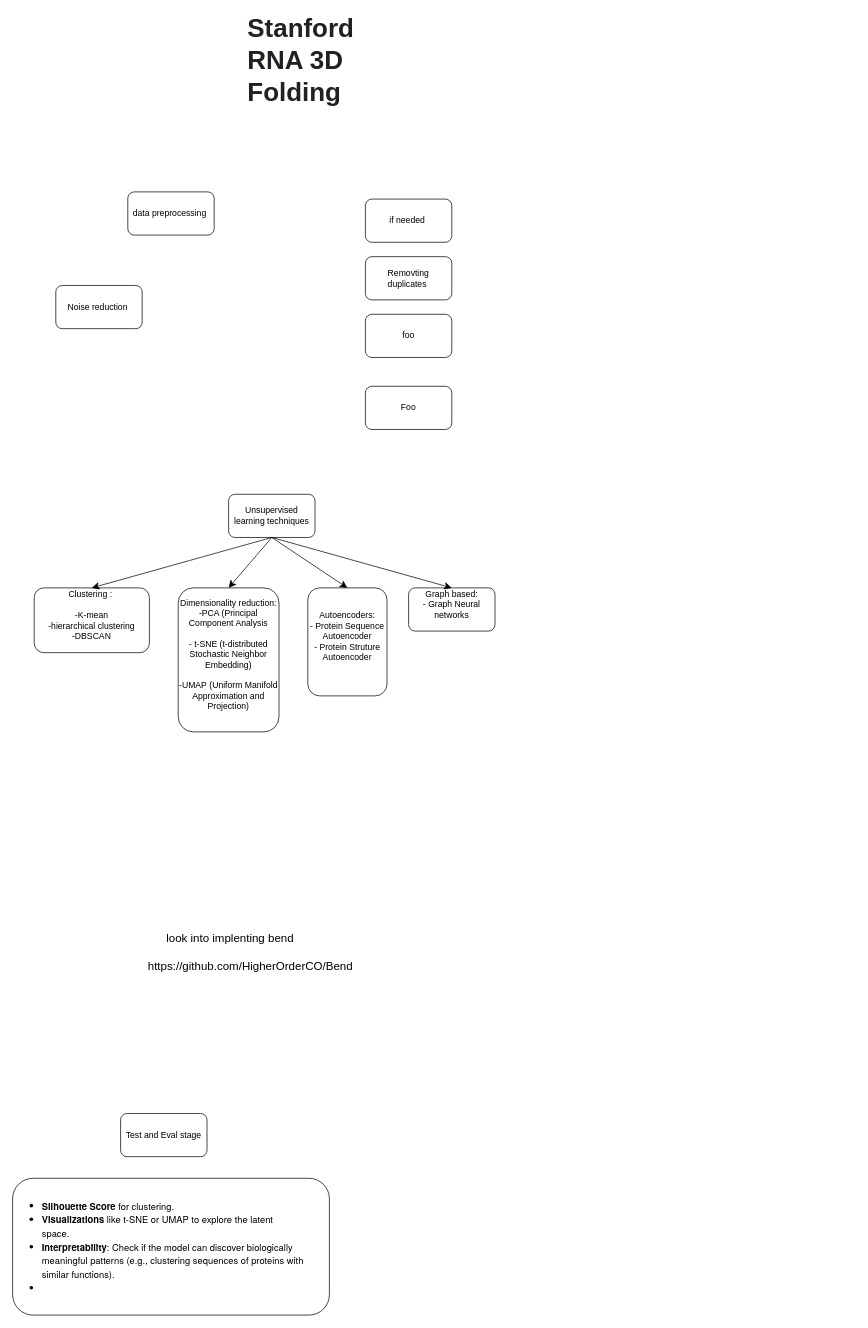
This is competition_flowchart.drawio from spinxog/RNA3DNet, a draw.io file, before an edit. Source tidied: cells renumbered, new cells numbered last; positions are measured from the earlier drawing's top-left corner, leaving out a move shared by most shapes. Both pictures are drawn from the tidied source at 72%, with x=0, y=0 at pixel (12, 40).
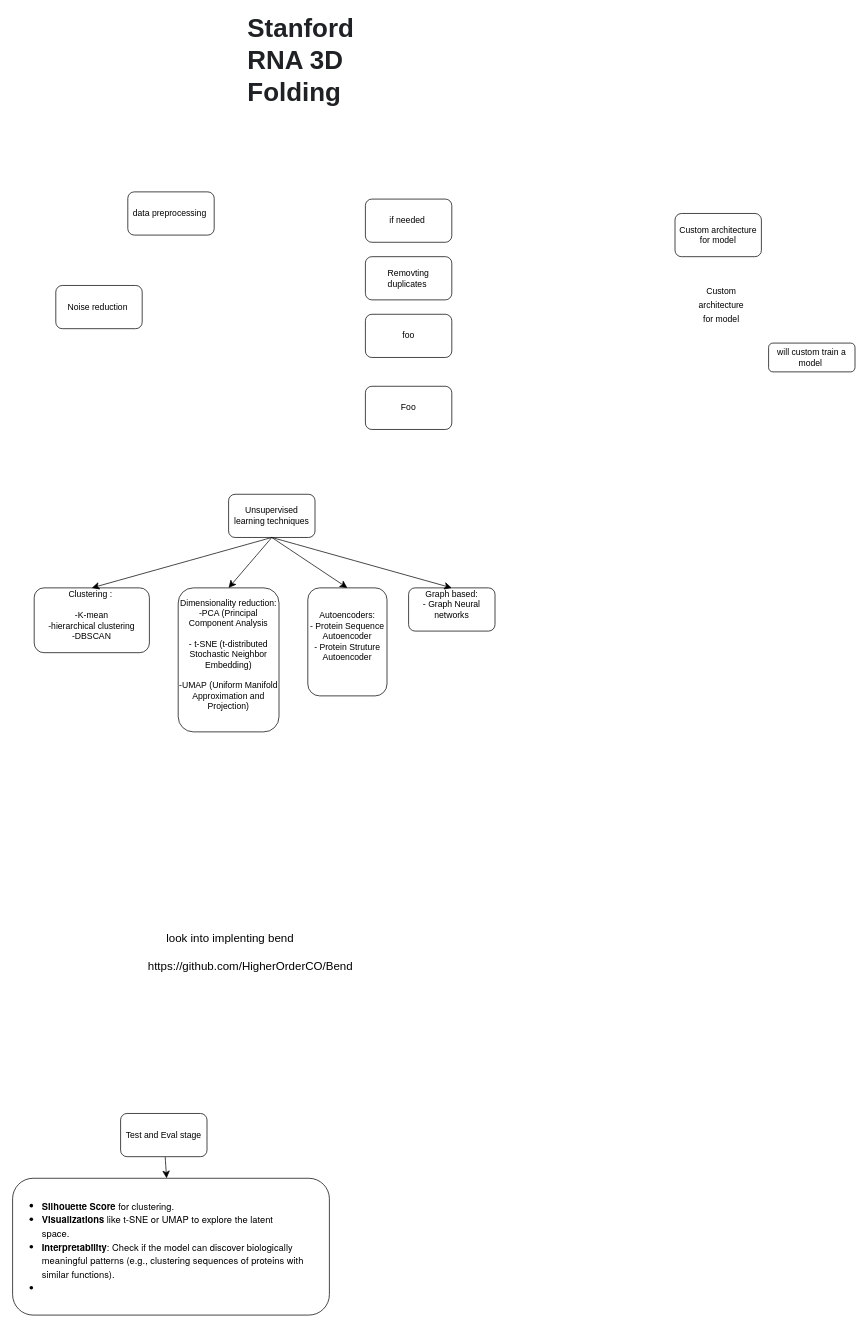
The same page after the edit.

The change refers to these unchanged cells:
```xml
<mxCell id="17" value="Test and Eval stage" style="rounded=1;whiteSpace=wrap;html=1;" parent="1" vertex="1">
  <mxGeometry x="150" y="1490" width="120" height="60" as="geometry" />
</mxCell>
<mxCell id="18" value="&lt;ul style=&quot;font-size: medium; text-align: start;&quot; class=&quot;ul1&quot;&gt;&lt;li style=&quot;margin: 0px; font-variant-numeric: normal; font-variant-east-asian: normal; font-variant-alternates: normal; font-size-adjust: none; font-kerning: auto; font-optical-sizing: auto; font-feature-settings: normal; font-variation-settings: normal; font-variant-position: normal; font-variant-emoji: normal; font-stretch: normal; font-size: 13px; line-height: normal; font-family: &amp;quot;Helvetica Neue&amp;quot;;&quot; class=&quot;li1&quot;&gt;&lt;span style=&quot;font-variant-numeric: normal; font-variant-east-asian: normal; font-variant-alternates: normal; font-size-adjust: none; font-kerning: auto; font-optical-sizing: auto; font-feature-settings: normal; font-variation-settings: normal; font-variant-position: normal; font-variant-emoji: normal; font-stretch: normal; font-size: 9px; line-height: normal; font-family: Menlo;&quot; class=&quot;s1&quot;&gt;&lt;/span&gt;&lt;b&gt;Silhouette Score&lt;/b&gt; for clustering.&lt;/li&gt;&lt;li style=&quot;margin: 0px; font-variant-numeric: normal; font-variant-east-asian: normal; font-variant-alternates: normal; font-size-adjust: none; font-kerning: auto; font-optical-sizing: auto; font-feature-settings: normal; font-variation-settings: normal; font-variant-position: normal; font-variant-emoji: normal; font-stretch: normal; font-size: 13px; line-height: normal; font-family: &amp;quot;Helvetica Neue&amp;quot;;&quot; class=&quot;li1&quot;&gt;&lt;span style=&quot;font-variant-numeric: normal; font-variant-east-asian: normal; font-variant-alternates: normal; font-size-adjust: none; font-kerning: auto; font-optical-sizing: auto; font-feature-settings: normal; font-variation-settings: normal; font-variant-position: normal; font-variant-emoji: normal; font-stretch: normal; font-size: 9px; line-height: normal; font-family: Menlo;&quot; class=&quot;s1&quot;&gt;&lt;/span&gt;&lt;b&gt;Visualizations&lt;/b&gt; like t-SNE or UMAP to explore the latent space.&lt;span style=&quot;white-space: pre;&quot; class=&quot;Apple-tab-span&quot;&gt;&#9;&lt;/span&gt;&lt;span style=&quot;white-space: pre;&quot; class=&quot;Apple-tab-span&quot;&gt;&#9;&lt;/span&gt;&lt;span style=&quot;white-space: pre;&quot; class=&quot;Apple-tab-span&quot;&gt;&#9;&lt;/span&gt;&lt;span style=&quot;white-space: pre;&quot; class=&quot;Apple-tab-span&quot;&gt;&#9;&lt;/span&gt;&lt;/li&gt;&lt;li style=&quot;margin: 0px; font-variant-numeric: normal; font-variant-east-asian: normal; font-variant-alternates: normal; font-size-adjust: none; font-kerning: auto; font-optical-sizing: auto; font-feature-settings: normal; font-variation-settings: normal; font-variant-position: normal; font-variant-emoji: normal; font-stretch: normal; font-size: 13px; line-height: normal; font-family: &amp;quot;Helvetica Neue&amp;quot;;&quot; class=&quot;li1&quot;&gt;&lt;b style=&quot;background-color: transparent; color: light-dark(rgb(0, 0, 0), rgb(255, 255, 255));&quot;&gt;Interpretability&lt;/b&gt;&lt;span style=&quot;background-color: transparent; color: light-dark(rgb(0, 0, 0), rgb(255, 255, 255));&quot;&gt;: Check if the model can discover biologically meaningful patterns (e.g., clustering sequences of proteins with similar functions).&lt;/span&gt;&lt;/li&gt;&lt;li style=&quot;margin: 0px; font-variant-numeric: normal; font-variant-east-asian: normal; font-variant-alternates: normal; font-size-adjust: none; font-kerning: auto; font-optical-sizing: auto; font-feature-settings: normal; font-variation-settings: normal; font-variant-position: normal; font-variant-emoji: normal; font-stretch: normal; font-size: 13px; line-height: normal; font-family: &amp;quot;Helvetica Neue&amp;quot;;&quot; class=&quot;li1&quot;&gt;&lt;span style=&quot;background-color: transparent; color: light-dark(rgb(0, 0, 0), rgb(255, 255, 255));&quot;&gt;&lt;br&gt;&lt;/span&gt;&lt;/li&gt;&lt;/ul&gt;" style="rounded=1;whiteSpace=wrap;html=1;" parent="1" vertex="1">
  <mxGeometry y="1580" width="440" height="190" as="geometry" />
</mxCell>
```

Diff of the diagram source:
```diff
@@
+    <mxCell id="22" style="edgeStyle=none;curved=1;rounded=0;jettySize=auto;html=1;fontSize=12;startSize=8;endSize=8;" parent="1" edge="1" source="17" target="18">
+      <mxGeometry relative="1" as="geometry" />
+    </mxCell>
@@
+    <mxCell id="23" value="Custom architecture for model" style="rounded=1;whiteSpace=wrap;html=1;" parent="1" vertex="1">
+      <mxGeometry x="920" y="240" width="120" height="60" as="geometry" />
+    </mxCell>
+    <mxCell id="24" value="will custom train a model&amp;nbsp;" style="rounded=1;whiteSpace=wrap;html=1;" parent="1" vertex="1">
+      <mxGeometry x="1050" y="420" width="120" height="40" as="geometry" />
+    </mxCell>
+    <mxCell id="25" value="&lt;span style=&quot;font-size: 12px; text-wrap-mode: wrap;&quot;&gt;Custom architecture for model&lt;/span&gt;" style="text;html=1;align=center;verticalAlign=middle;strokeColor=none;fillColor=none;fontSize=16;" parent="1" vertex="1">
+      <mxGeometry x="894" y="351" width="180" height="30" as="geometry" />
+    </mxCell>
```
